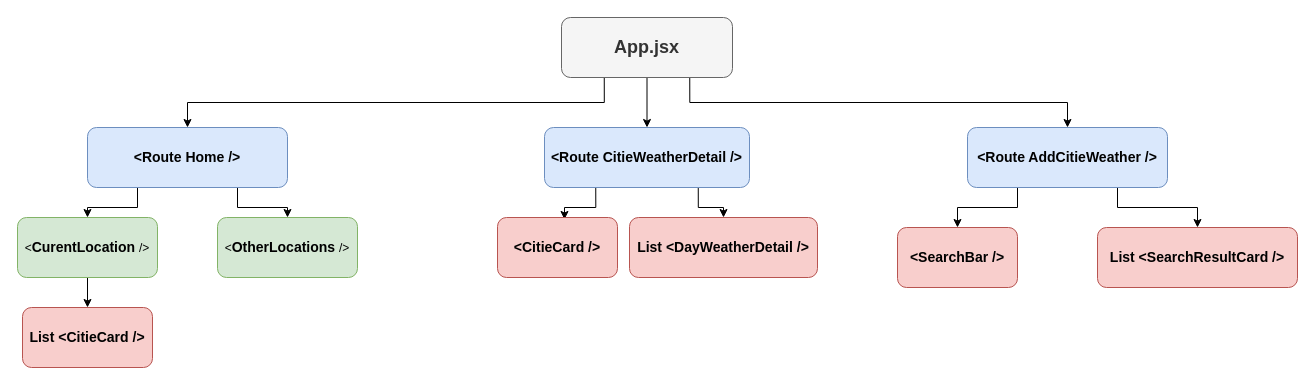
Earlier version of the draw.io diagram Weather_App.drawio (jamal-Bahammou/weather_app). Source tidied: cells renumbered, new cells numbered last; positions are measured from the earlier drawing's top-left corner, leaving out a move shared by most shapes. Both pictures are drawn from the tidied source at 100%, with x=0, y=0 at pixel (17, 17).
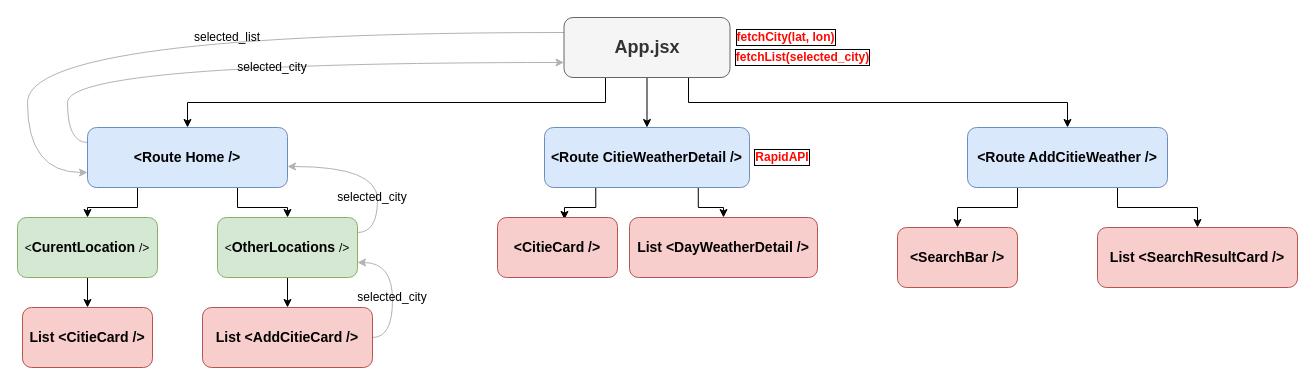
The same diagram, later.

Unchanged cells that the change refers to:
```xml
<mxCell id="8" value="&lt;b&gt;&lt;font style=&quot;font-size: 14px&quot;&gt;&amp;lt;Route Home /&amp;gt;&lt;/font&gt;&lt;/b&gt;" style="rounded=1;whiteSpace=wrap;html=1;fillColor=#dae8fc;strokeColor=#6c8ebf;" parent="1" vertex="1">
  <mxGeometry x="70" y="110" width="200" height="60" as="geometry" />
</mxCell>
<mxCell id="17" value="&amp;lt;&lt;b&gt;&lt;font style=&quot;font-size: 14px&quot;&gt;OtherLocations &lt;/font&gt;&lt;/b&gt;/&amp;gt;" style="rounded=1;whiteSpace=wrap;html=1;fillColor=#d5e8d4;strokeColor=#82b366;" parent="1" vertex="1">
  <mxGeometry x="200" y="200" width="140" height="60" as="geometry" />
</mxCell>
```

Change to the diagram source:
```diff
@@
+    <mxCell id="23" style="edgeStyle=orthogonalEdgeStyle;curved=1;jettySize=auto;html=1;exitX=0;exitY=0.25;exitDx=0;exitDy=0;strokeColor=#B3B3B3;entryX=0;entryY=0.75;entryDx=0;entryDy=0;" parent="1" edge="1" source="5" target="8">
+      <mxGeometry relative="1" as="geometry">
+        <Array as="points">
+          <mxPoint x="10" y="15" />
+          <mxPoint x="10" y="155" />
+        </Array>
+      </mxGeometry>
+    </mxCell>
     <mxCell id="5" value="&lt;b&gt;&lt;font style=&quot;font-size: 18px&quot;&gt;App.jsx&lt;/font&gt;&lt;/b&gt;" style="rounded=1;whiteSpace=wrap;html=1;fillColor=#f5f5f5;strokeColor=#666666;fontColor=#333333;" parent="1" vertex="1">
-      <mxGeometry x="544" width="171" height="60" as="geometry" />
+      <mxGeometry x="546.5" width="166" height="60" as="geometry" />
     </mxCell>
@@
+    <mxCell id="24" style="edgeStyle=orthogonalEdgeStyle;jettySize=auto;html=1;exitX=0;exitY=0.25;exitDx=0;exitDy=0;entryX=0;entryY=0.75;entryDx=0;entryDy=0;curved=1;strokeColor=#B3B3B3;" parent="1" edge="1" source="8" target="5">
+      <mxGeometry relative="1" as="geometry" />
+    </mxCell>
@@
+    <mxCell id="25" style="edgeStyle=orthogonalEdgeStyle;rounded=0;jettySize=auto;html=1;exitX=0.5;exitY=1;exitDx=0;exitDy=0;entryX=0.5;entryY=0;entryDx=0;entryDy=0;" parent="1" edge="1" source="17" target="28">
+      <mxGeometry relative="1" as="geometry" />
+    </mxCell>
+    <mxCell id="26" style="edgeStyle=orthogonalEdgeStyle;jettySize=auto;html=1;exitX=1;exitY=0.25;exitDx=0;exitDy=0;entryX=1;entryY=0.65;entryDx=0;entryDy=0;entryPerimeter=0;curved=1;strokeColor=#B3B3B3;" parent="1" edge="1" source="17" target="8">
+      <mxGeometry relative="1" as="geometry" />
+    </mxCell>
@@
+    <mxCell id="27" style="edgeStyle=orthogonalEdgeStyle;jettySize=auto;html=1;exitX=1;exitY=0.5;exitDx=0;exitDy=0;entryX=1;entryY=0.75;entryDx=0;entryDy=0;curved=1;strokeColor=#B3B3B3;" parent="1" edge="1" source="28" target="17">
+      <mxGeometry relative="1" as="geometry" />
+    </mxCell>
+    <mxCell id="28" value="&lt;b&gt;&lt;font style=&quot;font-size: 14px&quot;&gt;List &amp;lt;AddCitieCard /&amp;gt;&lt;/font&gt;&lt;/b&gt;" style="rounded=1;whiteSpace=wrap;html=1;fillColor=#f8cecc;strokeColor=#b85450;" parent="1" vertex="1">
+      <mxGeometry x="185" y="290" width="170" height="60" as="geometry" />
+    </mxCell>
+    <mxCell id="29" value="selected_city" style="text;html=1;strokeColor=none;fillColor=none;align=center;verticalAlign=middle;whiteSpace=wrap;rounded=0;" parent="1" vertex="1">
+      <mxGeometry x="330" y="270" width="90" height="20" as="geometry" />
+    </mxCell>
+    <mxCell id="30" value="selected_city" style="text;html=1;strokeColor=none;fillColor=none;align=center;verticalAlign=middle;whiteSpace=wrap;rounded=0;" parent="1" vertex="1">
+      <mxGeometry x="310" y="170" width="90" height="20" as="geometry" />
+    </mxCell>
+    <mxCell id="31" value="selected_city" style="text;html=1;strokeColor=none;fillColor=none;align=center;verticalAlign=middle;whiteSpace=wrap;rounded=0;" parent="1" vertex="1">
+      <mxGeometry x="210" y="40" width="90" height="20" as="geometry" />
+    </mxCell>
+    <mxCell id="32" value="&lt;b&gt;fetchList(selected_city)&lt;/b&gt;" style="text;html=1;strokeColor=none;fillColor=none;align=center;verticalAlign=middle;whiteSpace=wrap;rounded=0;fontColor=#FF0800;labelBackgroundColor=none;labelBorderColor=#000000;" parent="1" vertex="1">
+      <mxGeometry x="712.5" y="30" width="145" height="20" as="geometry" />
+    </mxCell>
+    <mxCell id="33" value="&lt;b&gt;fetchCity(lat, lon)&lt;/b&gt;" style="text;html=1;strokeColor=none;fillColor=none;align=center;verticalAlign=middle;whiteSpace=wrap;rounded=0;fontColor=#FF0800;labelBorderColor=#000000;" parent="1" vertex="1">
+      <mxGeometry x="706" y="10" width="125" height="20" as="geometry" />
+    </mxCell>
+    <mxCell id="34" value="RapidAPI" style="text;strokeColor=none;fillColor=none;align=center;verticalAlign=middle;rounded=0;fontColor=#FF0800;labelBorderColor=#000000;whiteSpace=wrap;html=1;fontStyle=1;" parent="1" vertex="1">
+      <mxGeometry x="720" y="130" width="90" height="20" as="geometry" />
+    </mxCell>
+    <mxCell id="35" value="selected_list" style="text;html=1;strokeColor=none;fillColor=none;align=center;verticalAlign=middle;whiteSpace=wrap;rounded=0;" parent="1" vertex="1">
+      <mxGeometry x="165" y="10" width="90" height="20" as="geometry" />
+    </mxCell>
```
